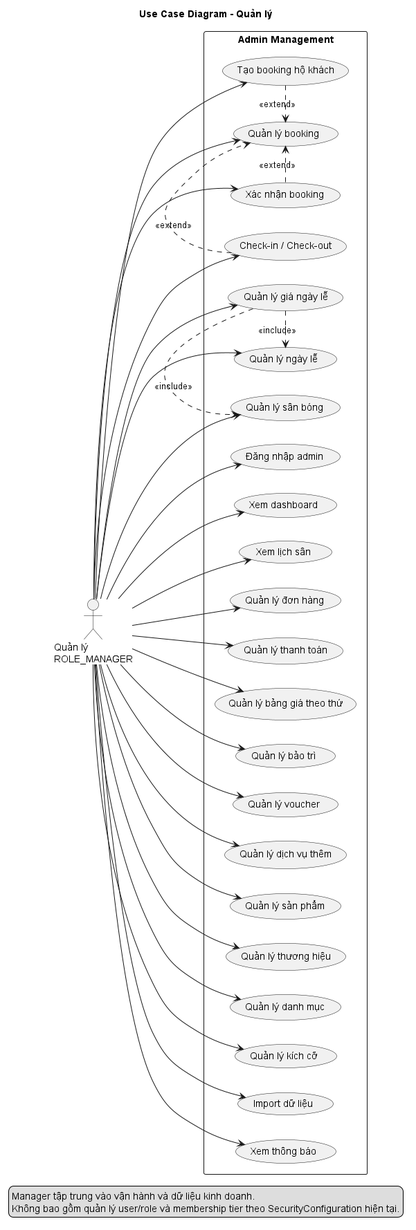
Before: docs/images/02c-use-case-manager/02c-use-case-manager.png, a diagram exported from PlantUML (KyAnhhh/football-booking-system).
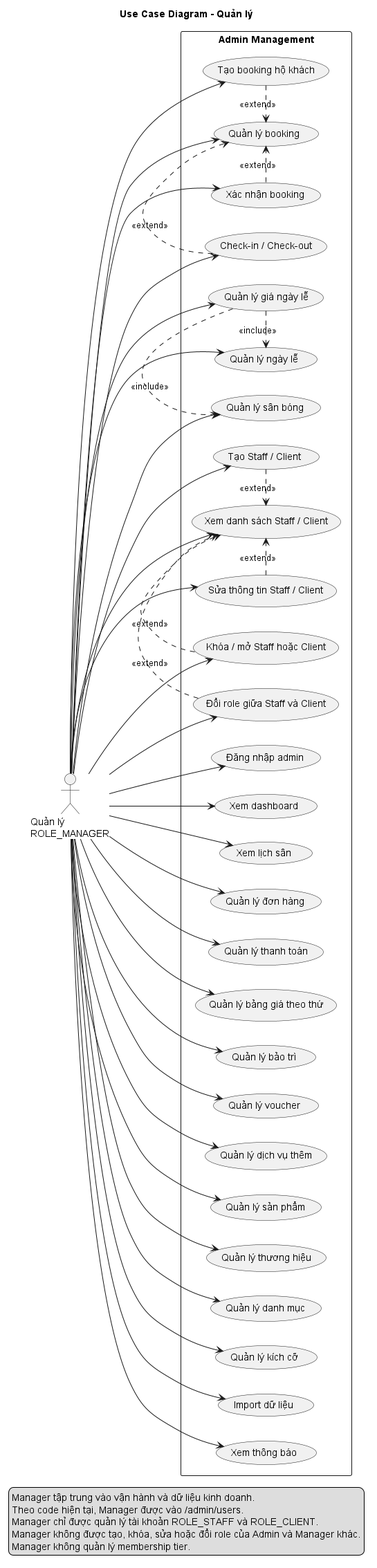
After the commit.

Change to the diagram source:
```diff
@@ -32,6 +32,12 @@
   usecase "Quản lý kích cỡ" as UC_SIZE
   usecase "Import dữ liệu" as UC_IMPORT
   usecase "Xem thông báo" as UC_NOTIFICATION
+
+  usecase "Xem danh sách Staff / Client" as UC_USER_LIST
+  usecase "Tạo Staff / Client" as UC_USER_CREATE
+  usecase "Sửa thông tin Staff / Client" as UC_USER_UPDATE
+  usecase "Khóa / mở Staff hoặc Client" as UC_USER_STATUS
+  usecase "Đổi role giữa Staff và Client" as UC_USER_ROLE_LIMITED
 }
 
 MANAGER --> UC_LOGIN
@@ -60,15 +66,28 @@
 MANAGER --> UC_IMPORT
 MANAGER --> UC_NOTIFICATION
 
+MANAGER --> UC_USER_LIST
+MANAGER --> UC_USER_CREATE
+MANAGER --> UC_USER_UPDATE
+MANAGER --> UC_USER_STATUS
+MANAGER --> UC_USER_ROLE_LIMITED
+
 UC_ADMIN_BOOKING .> UC_BOOKING : <<extend>>
 UC_CONFIRM .> UC_BOOKING : <<extend>>
 UC_CHECK .> UC_BOOKING : <<extend>>
 UC_HOLIDAY_PRICING .> UC_HOLIDAY : <<include>>
 UC_HOLIDAY_PRICING .> UC_FIELD : <<include>>
+UC_USER_CREATE .> UC_USER_LIST : <<extend>>
+UC_USER_UPDATE .> UC_USER_LIST : <<extend>>
+UC_USER_STATUS .> UC_USER_LIST : <<extend>>
+UC_USER_ROLE_LIMITED .> UC_USER_LIST : <<extend>>
 
 legend bottom
   Manager tập trung vào vận hành và dữ liệu kinh doanh.
-  Không bao gồm quản lý user/role và membership tier theo SecurityConfiguration hiện tại.
+  Theo code hiện tại, Manager được vào /admin/users.
+  Manager chỉ được quản lý tài khoản ROLE_STAFF và ROLE_CLIENT.
+  Manager không được tạo, khóa, sửa hoặc đổi role của Admin và Manager khác.
+  Manager không quản lý membership tier.
 endlegend
 
 @enduml
```
